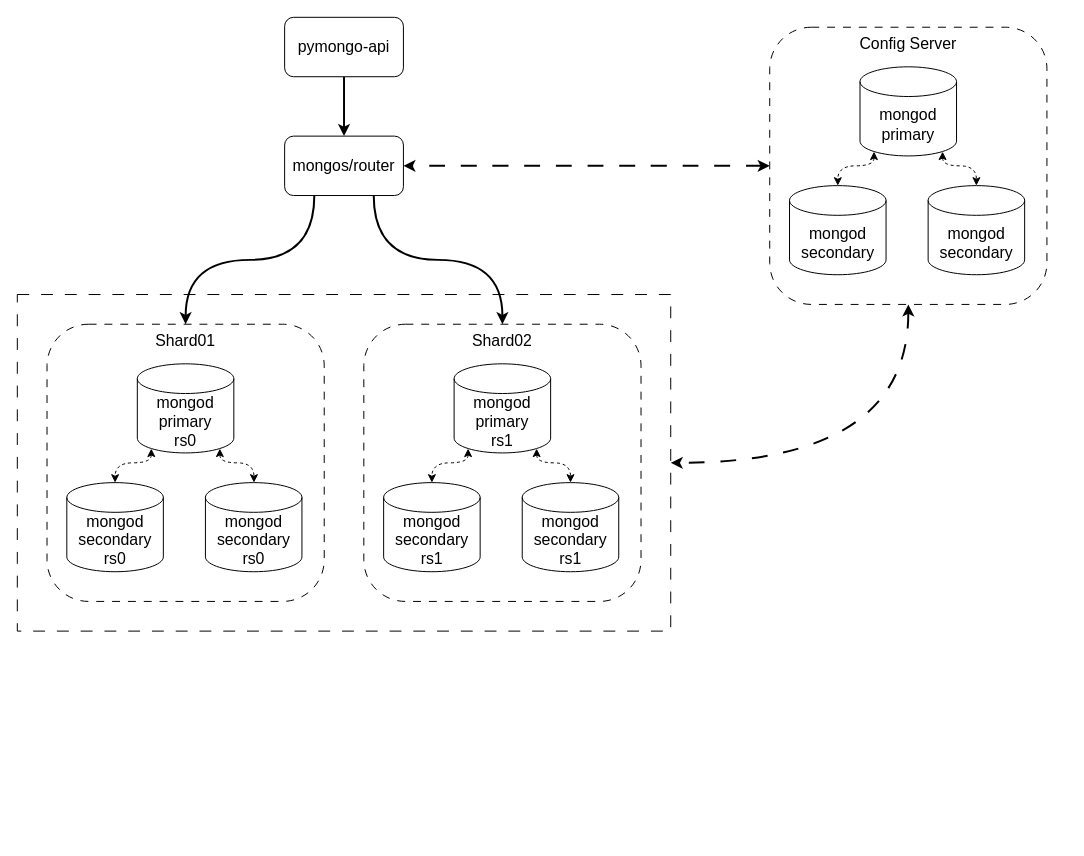
Earlier version of the draw.io diagram page "Part-2" (2 of 3) of task01/task1-03.drawio (santechniqueue/architecture-pro-black_friday). Source tidied: cells renumbered, new cells numbered last; positions are measured from the earlier drawing's top-left corner, leaving out a move shared by most shapes. Both pictures are drawn from the tidied source at 99%, with x=0, y=0 at pixel (17, 17).
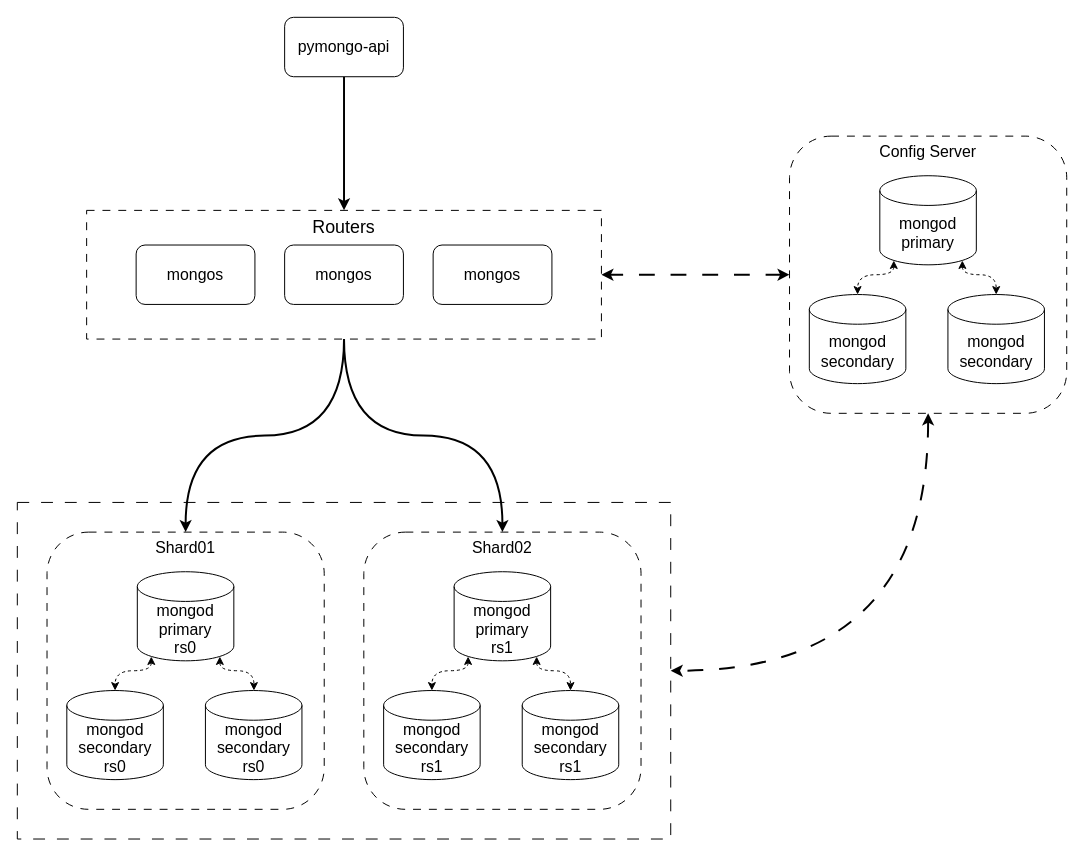
After the change.

Unchanged cells that the change refers to:
```xml
<mxCell id="5" value="Shard02" style="rounded=1;whiteSpace=wrap;html=1;verticalAlign=top;dashed=1;dashPattern=8 8;fontSize=16;" parent="4" vertex="1">
  <mxGeometry width="280" height="280" as="geometry" />
</mxCell>
<mxCell id="12" value="Shard01" style="rounded=1;whiteSpace=wrap;html=1;verticalAlign=top;dashed=1;dashPattern=8 8;fontSize=16;" parent="11" vertex="1">
  <mxGeometry width="280" height="280" as="geometry" />
</mxCell>
<mxCell id="19" value="pymongo-api" style="rounded=1;whiteSpace=wrap;html=1;fontSize=16;" parent="1" vertex="1">
  <mxGeometry x="270" width="120" height="60" as="geometry" />
</mxCell>
```

Diff of the diagram source:
```diff
@@
-    <mxCell id="2" style="group;fontSize=16;" parent="1" vertex="1">
-      <mxGeometry y="280" width="660" height="340" as="geometry" />
-    </mxCell>
+    <mxCell id="32" value="&lt;div&gt;Routers&lt;/div&gt;" style="rounded=0;whiteSpace=wrap;html=1;dashed=1;dashPattern=8 8;align=center;verticalAlign=top;fontSize=18;" parent="1" vertex="1">
+      <mxGeometry x="70" y="195" width="520" height="130" as="geometry" />
+    </mxCell>
+    <mxCell id="33" style="group;fontSize=16;" parent="1" vertex="1">
+      <mxGeometry y="490" width="660" height="340" as="geometry" />
+    </mxCell>
-    <mxCell id="3" style="rounded=0;whiteSpace=wrap;html=1;dashed=1;dashPattern=12 12;fontSize=16;" parent="2" vertex="1">
+    <mxCell id="3" style="rounded=0;whiteSpace=wrap;html=1;dashed=1;dashPattern=12 12;fontSize=16;" parent="33" vertex="1">
       <mxGeometry width="660" height="340" as="geometry" />
     </mxCell>
-    <mxCell id="4" style="group;fontSize=16;" parent="2" vertex="1">
+    <mxCell id="4" style="group;fontSize=16;" parent="33" vertex="1">
       <mxGeometry x="350" y="30" width="280" height="280" as="geometry" />
     </mxCell>
@@
-    <mxCell id="11" style="group;fontSize=16;" parent="2" vertex="1">
+    <mxCell id="11" style="group;fontSize=16;" parent="33" vertex="1">
       <mxGeometry x="30" y="30" width="280" height="280" as="geometry" />
     </mxCell>
@@
-    <mxCell id="18" style="edgeStyle=orthogonalEdgeStyle;rounded=0;jettySize=auto;html=1;entryX=0.5;entryY=0;entryDx=0;entryDy=0;strokeWidth=2;fontSize=16;" parent="1" edge="1" source="19" target="22">
-      <mxGeometry relative="1" as="geometry" />
-    </mxCell>
+    <mxCell id="34" style="edgeStyle=orthogonalEdgeStyle;rounded=0;jettySize=auto;html=1;strokeWidth=2;fontSize=16;" parent="1" edge="1" source="19" target="32">
+      <mxGeometry relative="1" as="geometry" />
+    </mxCell>
@@
-    <mxCell id="20" style="edgeStyle=orthogonalEdgeStyle;rounded=0;jettySize=auto;html=1;entryX=0.5;entryY=0;entryDx=0;entryDy=0;exitX=0.75;exitY=1;exitDx=0;exitDy=0;curved=1;strokeWidth=2;fontSize=16;" parent="1" edge="1" source="22" target="5">
-      <mxGeometry relative="1" as="geometry" />
-    </mxCell>
-    <mxCell id="21" style="edgeStyle=orthogonalEdgeStyle;rounded=0;jettySize=auto;html=1;entryX=0.5;entryY=0;entryDx=0;entryDy=0;exitX=0.25;exitY=1;exitDx=0;exitDy=0;curved=1;strokeWidth=2;fontSize=16;" parent="1" edge="1" source="22" target="12">
-      <mxGeometry relative="1" as="geometry" />
-    </mxCell>
-    <mxCell id="22" value="mongos/router" style="rounded=1;whiteSpace=wrap;html=1;fontSize=16;" parent="1" vertex="1">
-      <mxGeometry x="270" y="120" width="120" height="60" as="geometry" />
-    </mxCell>
-    <mxCell id="23" style="edgeStyle=orthogonalEdgeStyle;rounded=0;jettySize=auto;html=1;dashed=1;dashPattern=8 8;strokeWidth=2;startArrow=classic;startFill=1;exitX=0;exitY=0.5;exitDx=0;exitDy=0;curved=1;fontSize=16;" parent="1" edge="1" source="25" target="22">
-      <mxGeometry relative="1" as="geometry" />
-    </mxCell>
-    <mxCell id="24" style="group;fontSize=16;" parent="1" vertex="1">
-      <mxGeometry x="760" y="10" width="280" height="280" as="geometry" />
-    </mxCell>
+    <mxCell id="35" style="edgeStyle=orthogonalEdgeStyle;rounded=0;jettySize=auto;html=1;entryX=0.5;entryY=0;entryDx=0;entryDy=0;exitX=0.5;exitY=1;exitDx=0;exitDy=0;curved=1;strokeWidth=2;fontSize=16;" parent="1" edge="1" source="32" target="5">
+      <mxGeometry relative="1" as="geometry" />
+    </mxCell>
+    <mxCell id="36" style="edgeStyle=orthogonalEdgeStyle;rounded=0;jettySize=auto;html=1;entryX=0.5;entryY=0;entryDx=0;entryDy=0;curved=1;strokeWidth=2;fontSize=16;exitX=0.5;exitY=1;exitDx=0;exitDy=0;" parent="1" edge="1" source="32" target="12">
+      <mxGeometry relative="1" as="geometry" />
+    </mxCell>
+    <mxCell id="37" value="mongos" style="rounded=1;whiteSpace=wrap;html=1;fontSize=16;" parent="1" vertex="1">
+      <mxGeometry x="270" y="230" width="120" height="60" as="geometry" />
+    </mxCell>
+    <mxCell id="38" style="group;fontSize=16;" parent="1" vertex="1">
+      <mxGeometry x="780" y="120" width="280" height="280" as="geometry" />
+    </mxCell>
-    <mxCell id="25" value="Config Server" style="rounded=1;whiteSpace=wrap;html=1;verticalAlign=top;dashed=1;dashPattern=8 8;fontSize=16;" parent="24" vertex="1">
+    <mxCell id="25" value="Config Server" style="rounded=1;whiteSpace=wrap;html=1;verticalAlign=top;dashed=1;dashPattern=8 8;fontSize=16;" parent="38" vertex="1">
       <mxGeometry width="280" height="280" as="geometry" />
     </mxCell>
-    <mxCell id="26" value="mongod&lt;br&gt;primary" style="shape=cylinder3;whiteSpace=wrap;html=1;boundedLbl=1;backgroundOutline=1;size=15;fontSize=16;" parent="24" vertex="1">
+    <mxCell id="26" value="mongod&lt;br&gt;primary" style="shape=cylinder3;whiteSpace=wrap;html=1;boundedLbl=1;backgroundOutline=1;size=15;fontSize=16;" parent="38" vertex="1">
       <mxGeometry x="91.2" y="40" width="97.5" height="90" as="geometry" />
     </mxCell>
-    <mxCell id="27" value="mongod&lt;br&gt;secondary" style="shape=cylinder3;whiteSpace=wrap;html=1;boundedLbl=1;backgroundOutline=1;size=15;fontSize=16;" parent="24" vertex="1">
+    <mxCell id="27" value="mongod&lt;br&gt;secondary" style="shape=cylinder3;whiteSpace=wrap;html=1;boundedLbl=1;backgroundOutline=1;size=15;fontSize=16;" parent="38" vertex="1">
       <mxGeometry x="160" y="160" width="97.5" height="90" as="geometry" />
     </mxCell>
-    <mxCell id="28" value="mongod&lt;br&gt;secondary" style="shape=cylinder3;whiteSpace=wrap;html=1;boundedLbl=1;backgroundOutline=1;size=15;fontSize=16;" parent="24" vertex="1">
+    <mxCell id="28" value="mongod&lt;br&gt;secondary" style="shape=cylinder3;whiteSpace=wrap;html=1;boundedLbl=1;backgroundOutline=1;size=15;fontSize=16;" parent="38" vertex="1">
       <mxGeometry x="20" y="160" width="97.5" height="90" as="geometry" />
     </mxCell>
-    <mxCell id="29" style="edgeStyle=orthogonalEdgeStyle;rounded=0;jettySize=auto;html=1;exitX=0.145;exitY=1;exitDx=0;exitDy=-4.35;exitPerimeter=0;entryX=0.5;entryY=0;entryDx=0;entryDy=0;entryPerimeter=0;startArrow=classic;startFill=1;dashed=1;curved=1;" parent="24" edge="1" source="26" target="28">
+    <mxCell id="29" style="edgeStyle=orthogonalEdgeStyle;rounded=0;jettySize=auto;html=1;exitX=0.145;exitY=1;exitDx=0;exitDy=-4.35;exitPerimeter=0;entryX=0.5;entryY=0;entryDx=0;entryDy=0;entryPerimeter=0;startArrow=classic;startFill=1;dashed=1;curved=1;" parent="38" edge="1" source="26" target="28">
       <mxGeometry relative="1" as="geometry">
         <Array as="points">
           <mxPoint x="105" y="140" />
           <mxPoint x="69" y="140" />
         </Array>
       </mxGeometry>
     </mxCell>
-    <mxCell id="30" style="edgeStyle=orthogonalEdgeStyle;rounded=0;jettySize=auto;html=1;exitX=0.855;exitY=1;exitDx=0;exitDy=-4.35;exitPerimeter=0;entryX=0.5;entryY=0;entryDx=0;entryDy=0;entryPerimeter=0;startArrow=classic;startFill=1;dashed=1;curved=1;" parent="24" edge="1" source="26" target="27">
+    <mxCell id="30" style="edgeStyle=orthogonalEdgeStyle;rounded=0;jettySize=auto;html=1;exitX=0.855;exitY=1;exitDx=0;exitDy=-4.35;exitPerimeter=0;entryX=0.5;entryY=0;entryDx=0;entryDy=0;entryPerimeter=0;startArrow=classic;startFill=1;dashed=1;curved=1;" parent="38" edge="1" source="26" target="27">
       <mxGeometry relative="1" as="geometry">
         <Array as="points">
           <mxPoint x="175" y="140" />
           <mxPoint x="209" y="140" />
         </Array>
       </mxGeometry>
     </mxCell>
@@
+    <mxCell id="39" value="mongos" style="rounded=1;whiteSpace=wrap;html=1;fontSize=16;" parent="1" vertex="1">
+      <mxGeometry x="120" y="230" width="120" height="60" as="geometry" />
+    </mxCell>
+    <mxCell id="40" value="mongos" style="rounded=1;whiteSpace=wrap;html=1;fontSize=16;" parent="1" vertex="1">
+      <mxGeometry x="420" y="230" width="120" height="60" as="geometry" />
+    </mxCell>
+    <mxCell id="41" style="edgeStyle=orthogonalEdgeStyle;rounded=0;jettySize=auto;html=1;entryX=1;entryY=0.5;entryDx=0;entryDy=0;exitX=0;exitY=0.5;exitDx=0;exitDy=0;dashed=1;dashPattern=8 8;startArrow=classic;startFill=1;strokeWidth=2;curved=1;" parent="1" edge="1" source="25" target="32">
+      <mxGeometry relative="1" as="geometry" />
+    </mxCell>
```
